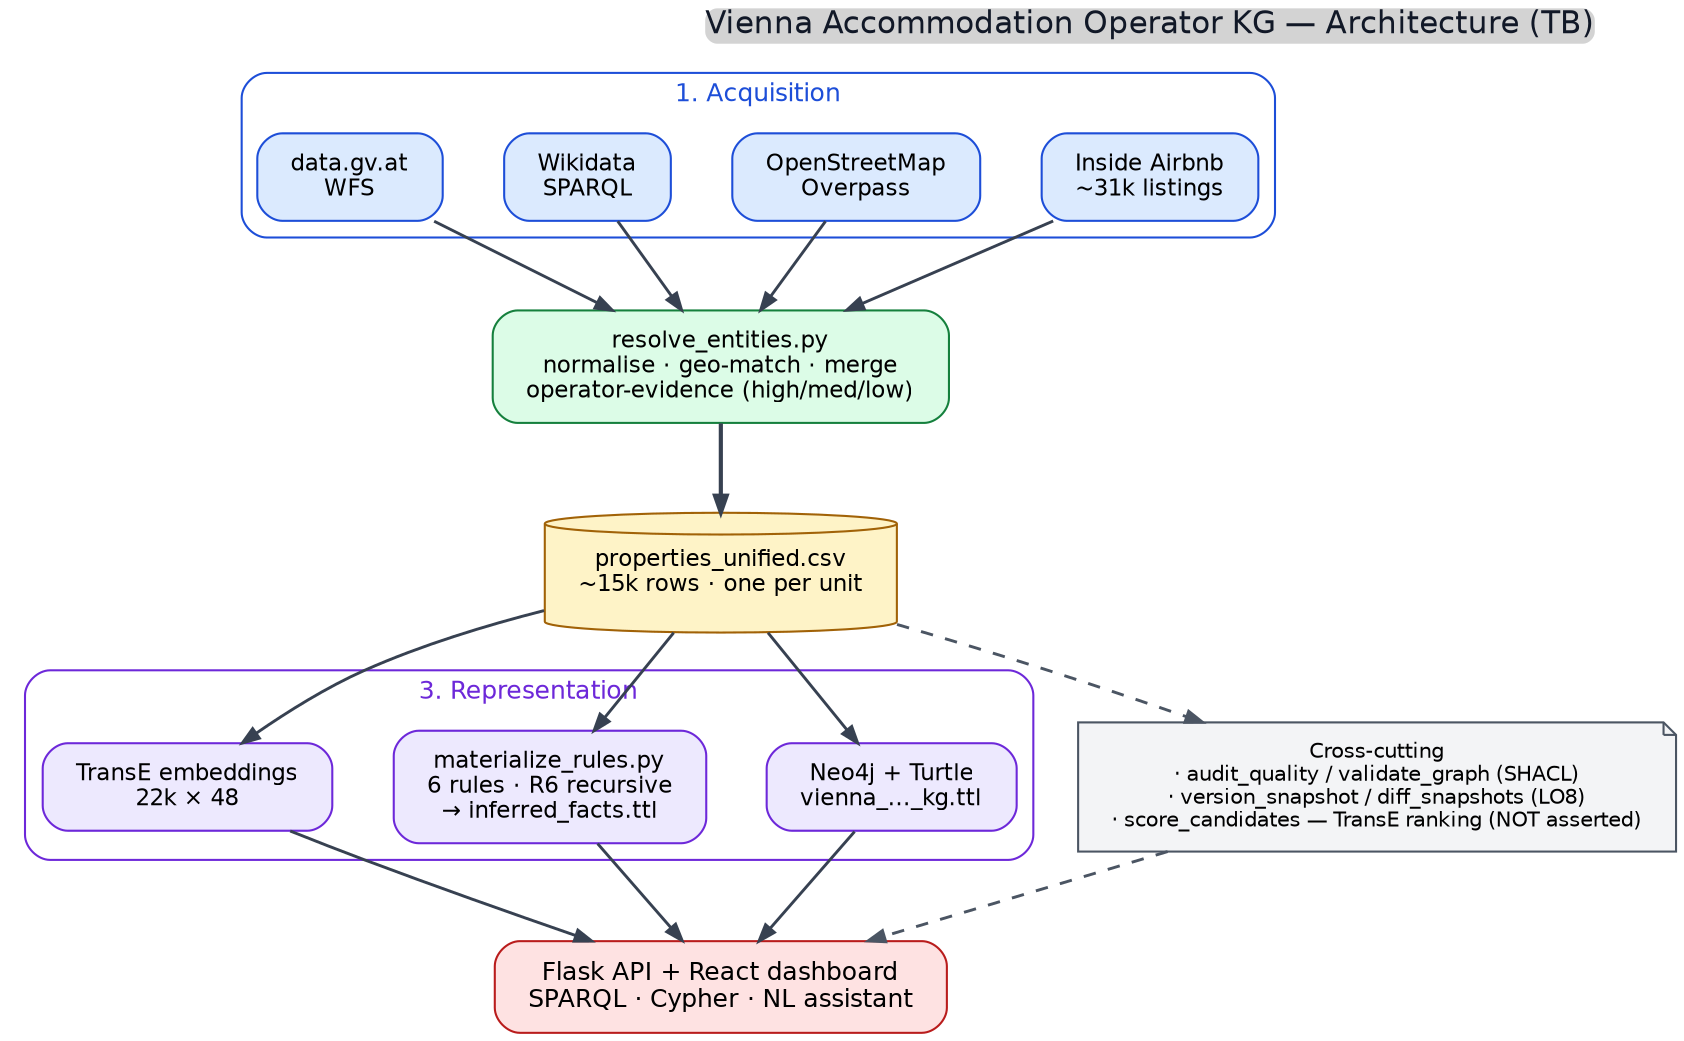
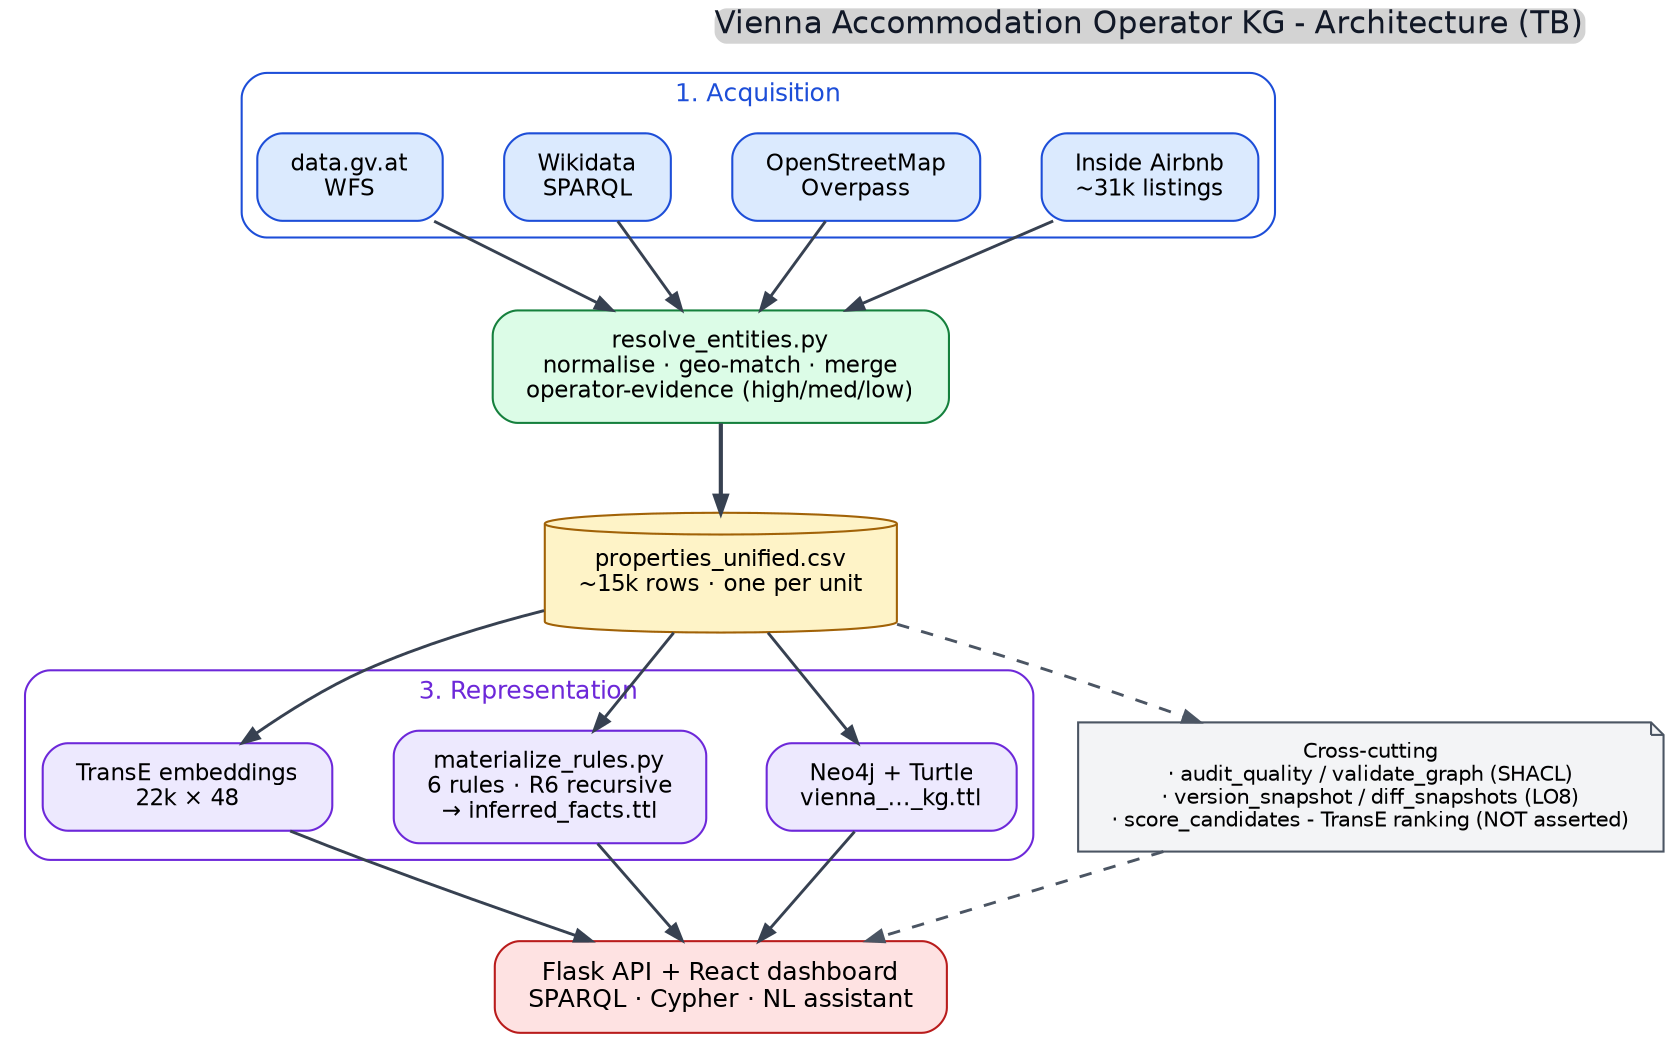
digraph KGArchitectureB {
    rankdir=TB;
    compound=true;
    splines=spline;
    fontname="Helvetica";
    nodesep=0.4;
    ranksep=0.6;
    bgcolor="white";

    node [shape=box, style="rounded,filled", fontname="Helvetica", fontsize=11, margin="0.22,0.12"];
    edge [color="#374151", arrowsize=0.8, penwidth=1.4];

-     title [label="Vienna Accommodation Operator KG — Architecture (TB)",
+     title [label="Vienna Accommodation Operator KG - Architecture (TB)",
           shape=plain, fontsize=15, fontcolor="#111827"];

-     // Tier 1 — sources
+     // Tier 1 - sources
    subgraph cluster_acq {
        label="1. Acquisition";
        fontcolor="#1d4ed8"; color="#1d4ed8"; style="rounded";
        fontsize=12;
        rank=same;
        ab  [label="Inside Airbnb\n~31k listings",          fillcolor="#dbeafe", color="#1d4ed8"];
        osm [label="OpenStreetMap\nOverpass",                fillcolor="#dbeafe", color="#1d4ed8"];
        wd  [label="Wikidata\nSPARQL",                        fillcolor="#dbeafe", color="#1d4ed8"];
        dg  [label="data.gv.at\nWFS",                         fillcolor="#dbeafe", color="#1d4ed8"];
    }

-     // Tier 2 — resolution single funnel
+     // Tier 2 - resolution single funnel
    resolve [label="resolve_entities.py\nnormalise · geo-match · merge\noperator-evidence (high/med/low)",
             fillcolor="#dcfce7", color="#15803d", fontsize=11];
    unified [label="properties_unified.csv\n~15k rows · one per unit",
             fillcolor="#fef3c7", color="#a16207", shape=cylinder, fontsize=11];

-     // Tier 3 — three representation outputs side-by-side
+     // Tier 3 - three representation outputs side-by-side
    subgraph cluster_rep {
        label="3. Representation";
        fontcolor="#6d28d9"; color="#6d28d9"; style="rounded";
        fontsize=12;
        rank=same;
        kg     [label="Neo4j + Turtle\nvienna_…_kg.ttl",                    fillcolor="#ede9fe", color="#6d28d9"];
        rules  [label="materialize_rules.py\n6 rules · R6 recursive\n→ inferred_facts.ttl", fillcolor="#ede9fe", color="#6d28d9"];
        emb    [label="TransE embeddings\n22k × 48",                        fillcolor="#ede9fe", color="#6d28d9"];
    }

-     // Tier 4 — services
+     // Tier 4 - services
    services [label="Flask API + React dashboard\nSPARQL · Cypher · NL assistant",
              fillcolor="#fee2e2", color="#b91c1c", fontsize=12];

    // Cross-cutting node (single block)
-     cross [label="Cross-cutting\n· audit_quality / validate_graph (SHACL)\n· version_snapshot / diff_snapshots (LO8)\n· score_candidates — TransE ranking (NOT asserted)",
+     cross [label="Cross-cutting\n· audit_quality / validate_graph (SHACL)\n· version_snapshot / diff_snapshots (LO8)\n· score_candidates - TransE ranking (NOT asserted)",
           shape=note, fillcolor="#f3f4f6", color="#4b5563", fontsize=10];

    title -> ab [style=invis];

    ab  -> resolve;
    osm -> resolve;
    wd  -> resolve;
    dg  -> resolve;

    resolve -> unified [penwidth=2.0];

    unified -> kg;
    unified -> rules;
    unified -> emb;

    kg     -> services;
    rules  -> services;
    emb    -> services;

    unified -> cross [style=dashed, color="#4b5563"];
    cross   -> services [style=dashed, color="#4b5563"];

    {rank=source; title;}
}
